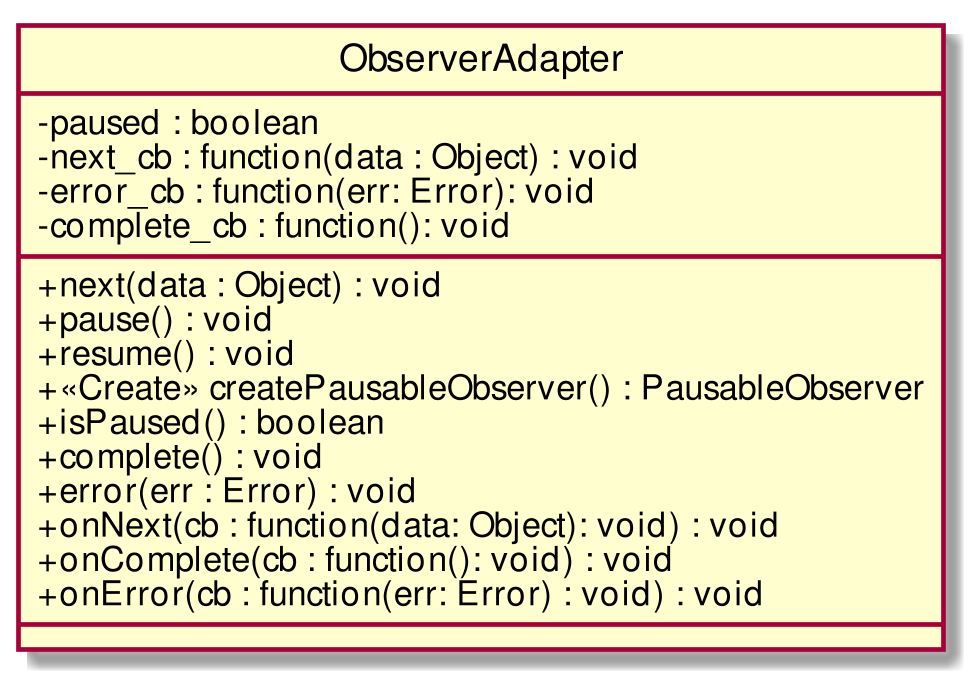
The PlantUML diagram RP/Esterni/DefinizioneDiProdotto/images/ClassObserverAdapter.png in CoCodeSWE/Docs, before a commit. The source it was exported from:
```plantuml
@startuml
scale 1000*1000
skinparam classAttributeIconSize 0
class ObserverAdapter{
- paused : boolean
- next_cb : function(data : Object) : void
- error_cb : function(err: Error): void
- complete_cb : function(): void
__
+ next(data : Object) : void
+ pause() : void
+ resume() : void
+ <<Create>> createPausableObserver() : PausableObserver
+ isPaused() : boolean
+ complete() : void
+ error(err : Error) : void
+ onNext(cb : function(data: Object): void) : void
+ onComplete(cb : function(): void) : void
+ onError(cb : function(err: Error) : void) : void
__

}
hide circle
@enduml
```
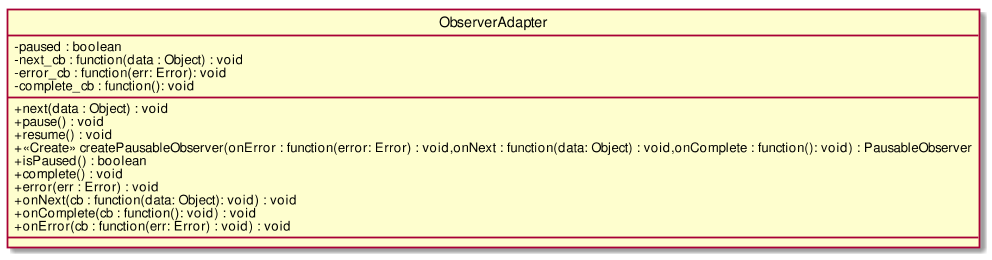
Above is the later version.

Change to the diagram source:
```diff
@@ -10,7 +10,7 @@
 + next(data : Object) : void
 + pause() : void
 + resume() : void
-+ <<Create>> createPausableObserver() : PausableObserver
++ <<Create>> createPausableObserver(onError : function(error: Error) : void,onNext : function(data: Object) : void,onComplete : function(): void) : PausableObserver
 + isPaused() : boolean
 + complete() : void
 + error(err : Error) : void
```
